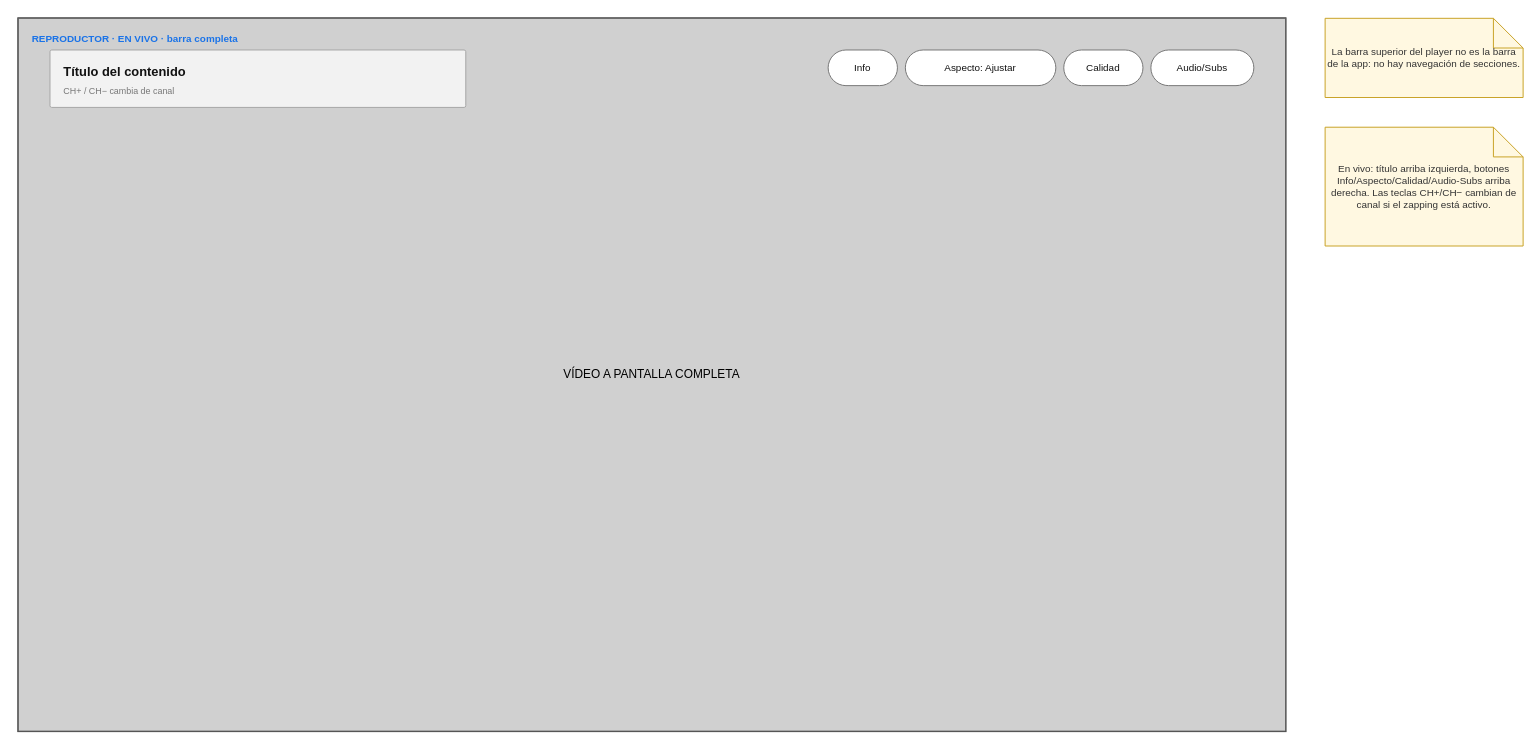
The draw.io diagram page "01 · Player · en vivo" (2 of 13) of design/layouts/REPRODUCTOR.drawio in andres3336/streaming, before the edit. Source tidied: cells renumbered, new cells numbered last; positions are measured from the earlier drawing's top-left corner, leaving out a move shared by most shapes. Both pictures are drawn from the tidied source at 99%, with x=0, y=0 at pixel (18, 18).
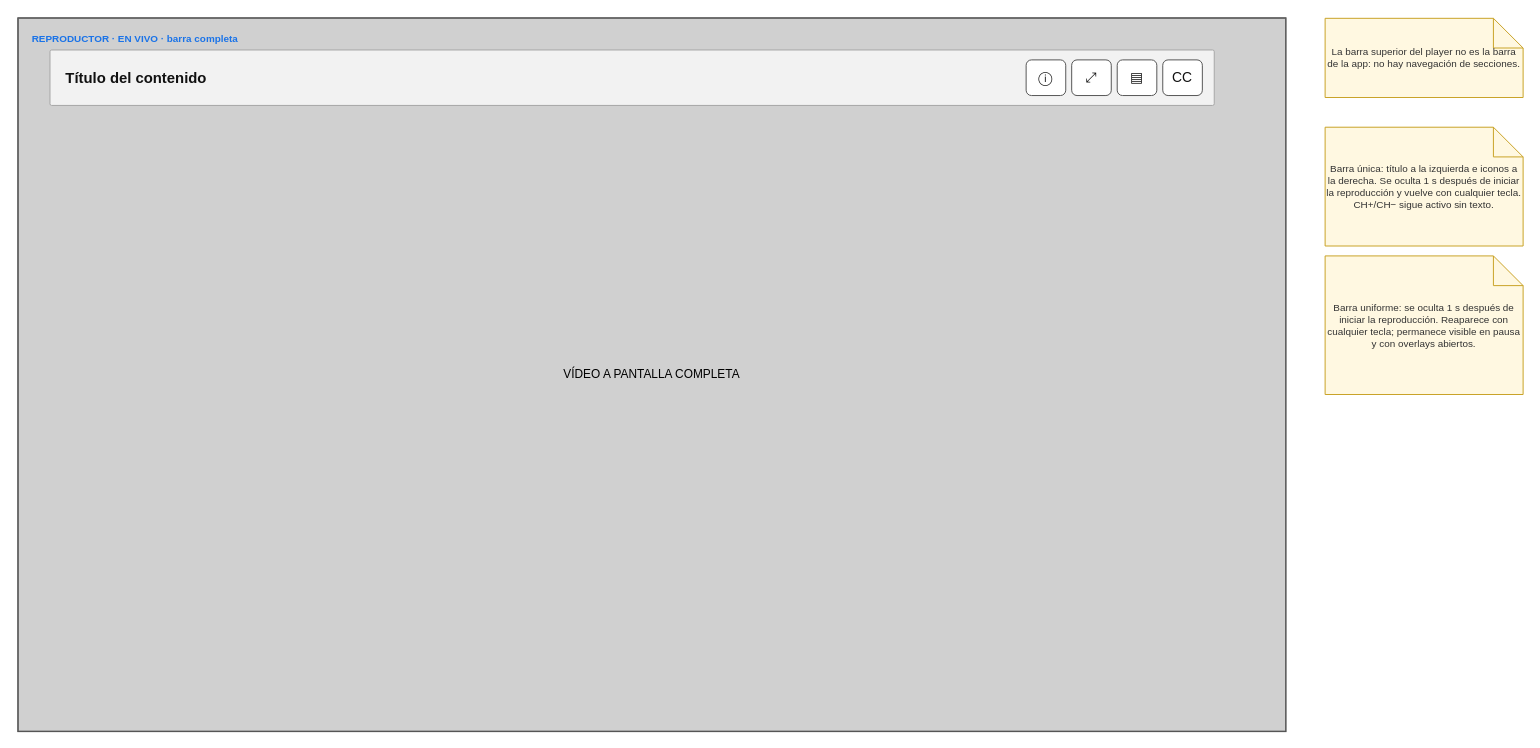
The same diagram, later.

Change to the diagram source:
```diff
@@
 <mxGraphModel>
   <root>
     <mxCell id="0" />
-    <mxCell id="1" parent="0" />
     <mxCell id="2" parent="0" />
-    <mxCell id="3" parent="0" />
-    <mxCell id="4" style="group;" parent="2" vertex="1">
-      <mxGeometry width="1280" height="720" as="geometry" />
-    </mxCell>
-    <mxCell id="5" style="rounded=0;whiteSpace=wrap;html=1;fillColor=#F7F7F7;strokeColor=#333333;strokeWidth=2;fontFamily=Helvetica;" parent="4" vertex="1">
+    <mxCell id="5" style="rounded=0;whiteSpace=wrap;html=1;fillColor=#F7F7F7;strokeColor=#333333;strokeWidth=2;fontFamily=Helvetica;" parent="2" vertex="1">
       <mxGeometry width="1280" height="720" as="geometry" />
     </mxCell>
-    <mxCell id="6" value="REPRODUCTOR · EN VIVO · barra completa" style="text;html=1;whiteSpace=wrap;align=left;verticalAlign=top;fontSize=10;fontStyle=1;fontColor=#1A73E8;fontFamily=Helvetica;" parent="3" vertex="1">
-      <mxGeometry x="12" y="8" width="1256" height="18" as="geometry" />
-    </mxCell>
-    <mxCell id="7" value="VÍDEO A PANTALLA COMPLETA" style="rounded=0;whiteSpace=wrap;html=1;fillColor=#D0D0D0;strokeColor=#606060;strokeWidth=1;fontFamily=Helvetica;" parent="4" vertex="1">
+    <mxCell id="7" value="VÍDEO A PANTALLA COMPLETA" style="rounded=0;whiteSpace=wrap;html=1;fillColor=#D0D0D0;strokeColor=#606060;strokeWidth=1;fontFamily=Helvetica;" parent="2" vertex="1">
       <mxGeometry width="1280" height="720" as="geometry" />
     </mxCell>
-    <mxCell id="8" style="rounded=1;arcSize=3;whiteSpace=wrap;html=1;fillColor=#F2F2F2;strokeColor=#A6A6A6;strokeWidth=1;fontFamily=Helvetica;" parent="4" vertex="1">
-      <mxGeometry x="32" y="32" width="420" height="58" as="geometry" />
+    <mxCell id="8" style="rounded=1;arcSize=3;whiteSpace=wrap;html=1;fillColor=#F2F2F2;strokeColor=#A6A6A6;strokeWidth=1;fontFamily=Helvetica;" parent="2" vertex="1">
+      <mxGeometry x="32" y="32" width="1176" height="56" as="geometry" />
     </mxCell>
-    <mxCell id="9" value="Título del contenido" style="text;html=1;whiteSpace=wrap;align=left;verticalAlign=top;fontSize=13;fontColor=#111111;fontStyle=1;fontFamily=Helvetica;" parent="4" vertex="1">
-      <mxGeometry x="44" y="40" width="390" height="22" as="geometry" />
+    <mxCell id="9" value="Título del contenido" style="text;html=1;whiteSpace=wrap;align=left;verticalAlign=middle;fontSize=15;fontColor=#111111;fontStyle=1;fontFamily=Helvetica;" parent="2" vertex="1">
+      <mxGeometry x="46" y="46" width="500" height="28" as="geometry" />
     </mxCell>
-    <mxCell id="10" value="CH+ / CH− cambia de canal" style="text;html=1;whiteSpace=wrap;align=left;verticalAlign=top;fontSize=9;fontColor=#777777;fontFamily=Helvetica;" parent="4" vertex="1">
-      <mxGeometry x="44" y="62" width="390" height="18" as="geometry" />
-    </mxCell>
-    <mxCell id="11" value="Info" style="rounded=1;arcSize=50;whiteSpace=wrap;html=1;fillColor=#FFFFFF;strokeColor=#777777;strokeWidth=1;fontSize=10;fontColor=#111111;fontFamily=Helvetica;" parent="4" vertex="1">
-      <mxGeometry x="818" y="32" width="70" height="36" as="geometry" />
+    <mxCell id="11" value="ⓘ" style="rounded=1;arcSize=15;whiteSpace=wrap;html=1;fillColor=#FFFFFF;strokeColor=#555555;strokeWidth=1;fontSize=14;fontColor=#111111;fontFamily=Helvetica;" parent="2" vertex="1">
+      <mxGeometry x="1018" y="42" width="40" height="36" as="geometry" />
     </mxCell>
-    <mxCell id="12" value="Aspecto: Ajustar" style="rounded=1;arcSize=50;whiteSpace=wrap;html=1;fillColor=#FFFFFF;strokeColor=#777777;strokeWidth=1;fontSize=10;fontColor=#111111;fontFamily=Helvetica;" parent="4" vertex="1">
-      <mxGeometry x="896" y="32" width="152" height="36" as="geometry" />
+    <mxCell id="12" value="⤢" style="rounded=1;arcSize=15;whiteSpace=wrap;html=1;fillColor=#FFFFFF;strokeColor=#555555;strokeWidth=1;fontSize=14;fontColor=#111111;fontFamily=Helvetica;" parent="2" vertex="1">
+      <mxGeometry x="1064" y="42" width="40" height="36" as="geometry" />
     </mxCell>
-    <mxCell id="13" value="Calidad" style="rounded=1;arcSize=50;whiteSpace=wrap;html=1;fillColor=#FFFFFF;strokeColor=#777777;strokeWidth=1;fontSize=10;fontColor=#111111;fontFamily=Helvetica;" parent="4" vertex="1">
-      <mxGeometry x="1056" y="32" width="80" height="36" as="geometry" />
+    <mxCell id="13" value="▤" style="rounded=1;arcSize=15;whiteSpace=wrap;html=1;fillColor=#FFFFFF;strokeColor=#555555;strokeWidth=1;fontSize=14;fontColor=#111111;fontFamily=Helvetica;" parent="2" vertex="1">
+      <mxGeometry x="1110" y="42" width="40" height="36" as="geometry" />
     </mxCell>
-    <mxCell id="14" value="Audio/Subs" style="rounded=1;arcSize=50;whiteSpace=wrap;html=1;fillColor=#FFFFFF;strokeColor=#777777;strokeWidth=1;fontSize=10;fontColor=#111111;fontFamily=Helvetica;" parent="4" vertex="1">
-      <mxGeometry x="1144" y="32" width="104" height="36" as="geometry" />
+    <mxCell id="14" value="CC" style="rounded=1;arcSize=15;whiteSpace=wrap;html=1;fillColor=#FFFFFF;strokeColor=#555555;strokeWidth=1;fontSize=14;fontColor=#111111;fontFamily=Helvetica;" parent="2" vertex="1">
+      <mxGeometry x="1156" y="42" width="40" height="36" as="geometry" />
     </mxCell>
+    <mxCell id="3" parent="0" />
+    <mxCell id="6" value="REPRODUCTOR · EN VIVO · barra completa" style="text;html=1;whiteSpace=wrap;align=left;verticalAlign=top;fontSize=10;fontStyle=1;fontColor=#1A73E8;fontFamily=Helvetica;" parent="3" vertex="1">
+      <mxGeometry x="12" y="8" width="1256" height="18" as="geometry" />
+    </mxCell>
     <mxCell id="15" value="La barra superior del player no es la barra de la app: no hay navegación de secciones." style="shape=note;whiteSpace=wrap;html=1;backgroundOutline=1;fillColor=#FFF8E1;strokeColor=#C9A227;fontSize=10;fontColor=#333333;fontFamily=Helvetica;" parent="3" vertex="1">
       <mxGeometry x="1320" width="200" height="80" as="geometry" />
     </mxCell>
-    <mxCell id="16" value="En vivo: título arriba izquierda, botones Info/Aspecto/Calidad/Audio-Subs arriba derecha. Las teclas CH+/CH− cambian de canal si el zapping está activo." style="shape=note;whiteSpace=wrap;html=1;backgroundOutline=1;fillColor=#FFF8E1;strokeColor=#C9A227;fontSize=10;fontColor=#333333;fontFamily=Helvetica;" parent="3" vertex="1">
+    <mxCell id="16" value="Barra única: título a la izquierda e iconos a la derecha. Se oculta 1 s después de iniciar la reproducción y vuelve con cualquier tecla. CH+/CH− sigue activo sin texto." style="shape=note;whiteSpace=wrap;html=1;backgroundOutline=1;fillColor=#FFF8E1;strokeColor=#C9A227;fontSize=10;fontColor=#333333;fontFamily=Helvetica;" parent="3" vertex="1">
       <mxGeometry x="1320" y="110" width="200" height="120" as="geometry" />
     </mxCell>
+    <mxCell id="17" value="Barra uniforme: se oculta 1 s después de iniciar la reproducción. Reaparece con cualquier tecla; permanece visible en pausa y con overlays abiertos." style="shape=note;whiteSpace=wrap;html=1;backgroundOutline=1;fillColor=#FFF8E1;strokeColor=#C9A227;fontSize=10;fontColor=#333333;fontFamily=Helvetica;" parent="3" vertex="1">
+      <mxGeometry x="1320" y="240" width="200" height="140" as="geometry" />
+    </mxCell>
   </root>
 </mxGraphModel>
```
